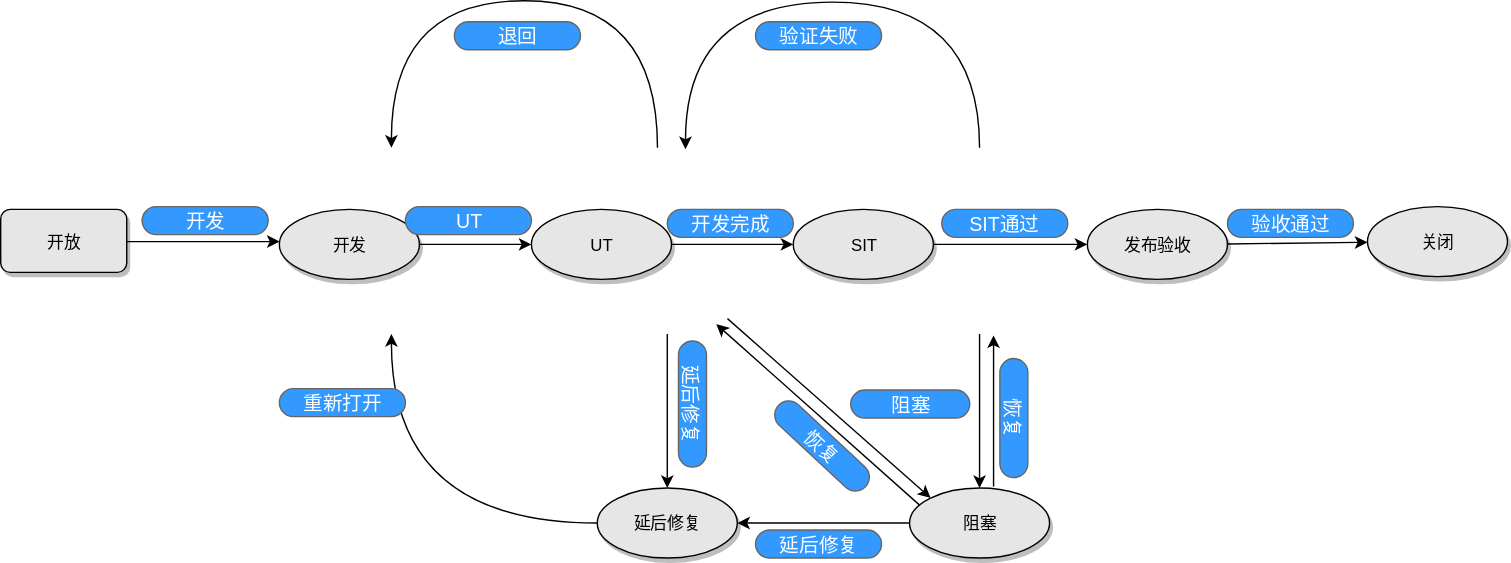
havenqi/Draw.io keeps this draw.io diagram as WorkFlow_IssueType_Improvment.svg. Above is the earlier version. Source tidied: cells renumbered, new cells last; positions are measured from the earlier drawing's top-left corner, leaving out a move shared by most shapes.
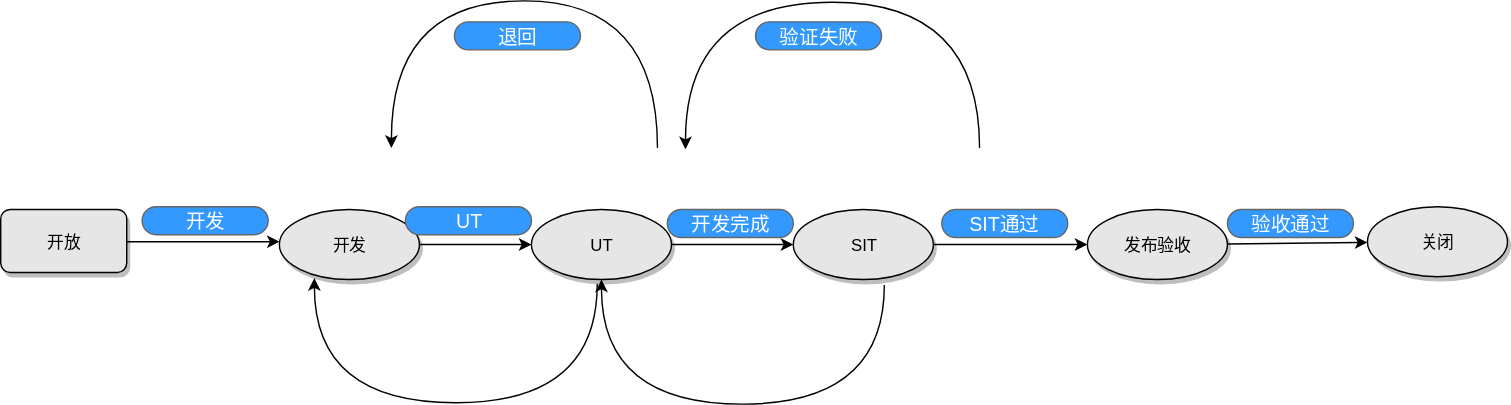
The same file after the commit.

Change to the diagram source:
```diff
@@ -2,11 +2,6 @@
   <root>
     <mxCell id="0" />
     <mxCell id="1" parent="0" />
-    <mxCell id="2" style="rounded=0;html=1;jettySize=auto;entryX=1;entryY=1;exitX=0.07;exitY=0.24;exitPerimeter=0;" parent="1" edge="1" source="17">
-      <mxGeometry relative="1" as="geometry">
-        <mxPoint x="511" y="231" as="targetPoint" />
-      </mxGeometry>
-    </mxCell>
     <mxCell id="3" style="edgeStyle=orthogonalEdgeStyle;curved=1;rounded=0;html=1;jettySize=auto;" parent="1" edge="1" source="34" target="8">
       <mxGeometry relative="1" as="geometry" />
     </mxCell>
@@ -26,53 +21,24 @@
     <mxCell id="6" style="edgeStyle=orthogonalEdgeStyle;curved=1;rounded=0;html=1;jettySize=auto;" parent="1" edge="1" source="8" target="13">
       <mxGeometry relative="1" as="geometry" />
     </mxCell>
-    <mxCell id="7" style="edgeStyle=none;rounded=0;html=1;jettySize=auto;" parent="1" edge="1" target="10">
-      <mxGeometry relative="1" as="geometry">
-        <mxPoint x="476" y="238" as="sourcePoint" />
-      </mxGeometry>
-    </mxCell>
     <mxCell id="8" value="SIT" style="ellipse;whiteSpace=wrap;html=1;fillColor=#E6E6E6;shadow=1;" parent="1" vertex="1">
       <mxGeometry x="566" y="149" width="100" height="50" as="geometry" />
     </mxCell>
-    <mxCell id="9" style="edgeStyle=orthogonalEdgeStyle;curved=1;rounded=0;html=1;jettySize=auto;entryX=0.5;entryY=1;" parent="1" edge="1" source="10">
+    <mxCell id="9" style="edgeStyle=orthogonalEdgeStyle;curved=1;rounded=0;html=1;jettySize=auto;entryX=0.25;entryY=0.98;entryPerimeter=0;" parent="1" edge="1" target="4">
       <mxGeometry relative="1" as="geometry">
-        <mxPoint x="279" y="238" as="targetPoint" />
+        <mxPoint x="426" y="202" as="sourcePoint" />
         <Array as="points">
-          <mxPoint x="279" y="373" />
+          <mxPoint x="426" y="287" />
+          <mxPoint x="224" y="287" />
         </Array>
       </mxGeometry>
     </mxCell>
-    <mxCell id="10" value="延后修复" style="ellipse;whiteSpace=wrap;html=1;fillColor=#E6E6E6;shadow=1;" parent="1" vertex="1">
-      <mxGeometry x="426" y="348" width="100" height="50" as="geometry" />
-    </mxCell>
     <mxCell id="11" style="edgeStyle=none;rounded=0;html=1;jettySize=auto;" parent="1" edge="1" source="13" target="18">
       <mxGeometry relative="1" as="geometry" />
     </mxCell>
-    <mxCell id="12" style="edgeStyle=orthogonalEdgeStyle;curved=1;rounded=0;html=1;jettySize=auto;" parent="1" edge="1" target="17">
-      <mxGeometry relative="1" as="geometry">
-        <mxPoint x="699" y="238" as="sourcePoint" />
-      </mxGeometry>
-    </mxCell>
     <mxCell id="13" value="发布验收" style="ellipse;whiteSpace=wrap;html=1;fillColor=#E6E6E6;shadow=1;" parent="1" vertex="1">
       <mxGeometry x="776" y="149" width="100" height="50" as="geometry" />
     </mxCell>
-    <mxCell id="14" style="edgeStyle=none;rounded=0;html=1;jettySize=auto;entryX=0;entryY=0;exitX=0.93;exitY=0.78;exitPerimeter=0;" parent="1" edge="1" target="17">
-      <mxGeometry relative="1" as="geometry">
-        <mxPoint x="519" y="227" as="sourcePoint" />
-      </mxGeometry>
-    </mxCell>
-    <mxCell id="15" style="edgeStyle=none;rounded=0;html=1;jettySize=auto;orthogonalLoop=1;entryX=0.6;entryY=1.02;entryPerimeter=0;" parent="1" edge="1">
-      <mxGeometry relative="1" as="geometry">
-        <mxPoint x="709" y="347" as="sourcePoint" />
-        <mxPoint x="709" y="239" as="targetPoint" />
-      </mxGeometry>
-    </mxCell>
-    <mxCell id="16" style="edgeStyle=none;rounded=0;html=1;jettySize=auto;" parent="1" edge="1" source="17" target="10">
-      <mxGeometry relative="1" as="geometry" />
-    </mxCell>
-    <mxCell id="17" value="阻塞" style="ellipse;whiteSpace=wrap;html=1;fillColor=#E6E6E6;shadow=1;" parent="1" vertex="1">
-      <mxGeometry x="649" y="348" width="100" height="50" as="geometry" />
-    </mxCell>
     <mxCell id="18" value="关闭" style="ellipse;whiteSpace=wrap;html=1;fillColor=#E6E6E6;shadow=1;" parent="1" vertex="1">
       <mxGeometry x="976" y="147" width="100" height="50" as="geometry" />
     </mxCell>
@@ -87,12 +53,6 @@
     <mxCell id="20" value="&lt;font face=&quot;Verdana&quot;&gt;开放&lt;/font&gt;" style="rounded=1;whiteSpace=wrap;html=1;fillColor=#E6E6E6;shadow=1;" parent="1" vertex="1">
       <mxGeometry y="149" width="90" height="45" as="geometry" />
     </mxCell>
-    <mxCell id="21" value="&lt;span style=&quot;font-weight: normal&quot;&gt;&lt;font style=&quot;font-size: 14px&quot;&gt;重新打开&lt;/font&gt;&lt;/span&gt;" style="strokeWidth=1;shadow=0;dashed=0;align=center;html=1;shape=mxgraph.mockup.buttons.button;strokeColor=#666666;fontColor=#ffffff;mainText=;buttonStyle=round;fontSize=17;fontStyle=1;fillColor=#3399FF;whiteSpace=wrap;" parent="1" vertex="1">
-      <mxGeometry x="199" y="277" width="90" height="20" as="geometry" />
-    </mxCell>
-    <mxCell id="22" value="&lt;span style=&quot;font-weight: normal&quot;&gt;&lt;font style=&quot;font-size: 14px&quot;&gt;延后修复&lt;/font&gt;&lt;/span&gt;" style="strokeWidth=1;shadow=0;dashed=0;align=center;html=1;shape=mxgraph.mockup.buttons.button;strokeColor=#666666;fontColor=#ffffff;mainText=;buttonStyle=round;fontSize=17;fontStyle=1;fillColor=#3399FF;whiteSpace=wrap;rotation=90;" parent="1" vertex="1">
-      <mxGeometry x="449" y="278" width="90" height="20" as="geometry" />
-    </mxCell>
     <mxCell id="23" value="&lt;span style=&quot;font-size: 14px ; font-weight: 400&quot;&gt;开发完成&lt;/span&gt;" style="strokeWidth=1;shadow=0;dashed=0;align=center;html=1;shape=mxgraph.mockup.buttons.button;strokeColor=#666666;fontColor=#ffffff;mainText=;buttonStyle=round;fontSize=17;fontStyle=1;fillColor=#3399FF;whiteSpace=wrap;" parent="1" vertex="1">
       <mxGeometry x="476" y="149" width="90" height="20" as="geometry" />
     </mxCell>
@@ -121,18 +81,6 @@
     <mxCell id="29" value="&lt;span style=&quot;font-weight: normal&quot;&gt;&lt;font style=&quot;font-size: 14px&quot;&gt;验证失败&lt;/font&gt;&lt;/span&gt;" style="strokeWidth=1;shadow=0;dashed=0;align=center;html=1;shape=mxgraph.mockup.buttons.button;strokeColor=#666666;fontColor=#ffffff;mainText=;buttonStyle=round;fontSize=17;fontStyle=1;fillColor=#3399FF;whiteSpace=wrap;" parent="1" vertex="1">
       <mxGeometry x="539" y="15" width="90" height="20" as="geometry" />
     </mxCell>
-    <mxCell id="30" value="&lt;span style=&quot;font-size: 14px ; font-weight: normal&quot;&gt;阻塞&lt;/span&gt;" style="strokeWidth=1;shadow=0;dashed=0;align=center;html=1;shape=mxgraph.mockup.buttons.button;strokeColor=#666666;fontColor=#ffffff;mainText=;buttonStyle=round;fontSize=17;fontStyle=1;fillColor=#3399FF;whiteSpace=wrap;" parent="1" vertex="1">
-      <mxGeometry x="607" y="278" width="85" height="20" as="geometry" />
-    </mxCell>
-    <mxCell id="31" value="&lt;span style=&quot;font-size: 14px ; font-weight: normal&quot;&gt;恢复&lt;/span&gt;" style="strokeWidth=1;shadow=0;dashed=0;align=center;html=1;shape=mxgraph.mockup.buttons.button;strokeColor=#666666;fontColor=#ffffff;mainText=;buttonStyle=round;fontSize=17;fontStyle=1;fillColor=#3399FF;whiteSpace=wrap;rotation=43;" parent="1" vertex="1">
-      <mxGeometry x="544" y="308" width="85" height="20" as="geometry" />
-    </mxCell>
-    <mxCell id="32" value="&lt;span style=&quot;font-size: 14px ; font-weight: normal&quot;&gt;恢复&lt;/span&gt;" style="strokeWidth=1;shadow=0;dashed=0;align=center;html=1;shape=mxgraph.mockup.buttons.button;strokeColor=#666666;fontColor=#ffffff;mainText=;buttonStyle=round;fontSize=17;fontStyle=1;fillColor=#3399FF;whiteSpace=wrap;rotation=90;" parent="1" vertex="1">
-      <mxGeometry x="681" y="288" width="85" height="20" as="geometry" />
-    </mxCell>
-    <mxCell id="33" value="&lt;span style=&quot;font-weight: normal&quot;&gt;&lt;font style=&quot;font-size: 14px&quot;&gt;延后修复&lt;/font&gt;&lt;/span&gt;" style="strokeWidth=1;shadow=0;dashed=0;align=center;html=1;shape=mxgraph.mockup.buttons.button;strokeColor=#666666;fontColor=#ffffff;mainText=;buttonStyle=round;fontSize=17;fontStyle=1;fillColor=#3399FF;whiteSpace=wrap;" parent="1" vertex="1">
-      <mxGeometry x="539" y="378" width="90" height="20" as="geometry" />
-    </mxCell>
     <mxCell id="34" value="UT" style="ellipse;whiteSpace=wrap;html=1;fillColor=#E6E6E6;shadow=1;" parent="1" vertex="1">
       <mxGeometry x="379" y="149" width="100" height="50" as="geometry" />
     </mxCell>
@@ -142,5 +90,15 @@
     <mxCell id="36" value="&lt;span style=&quot;font-size: 14px ; font-weight: 400&quot;&gt;UT&lt;/span&gt;" style="strokeWidth=1;shadow=0;dashed=0;align=center;html=1;shape=mxgraph.mockup.buttons.button;strokeColor=#666666;fontColor=#ffffff;mainText=;buttonStyle=round;fontSize=17;fontStyle=1;fillColor=#3399FF;whiteSpace=wrap;" parent="1" vertex="1">
       <mxGeometry x="289" y="147" width="90" height="20" as="geometry" />
     </mxCell>
+    <mxCell id="37" style="edgeStyle=orthogonalEdgeStyle;curved=1;rounded=0;html=1;jettySize=auto;orthogonalLoop=1;entryX=0.25;entryY=0.98;entryPerimeter=0;" parent="1" edge="1">
+      <mxGeometry relative="1" as="geometry">
+        <mxPoint x="631" y="203" as="sourcePoint" />
+        <mxPoint x="429" y="199" as="targetPoint" />
+        <Array as="points">
+          <mxPoint x="631" y="288" />
+          <mxPoint x="429" y="288" />
+        </Array>
+      </mxGeometry>
+    </mxCell>
   </root>
 </mxGraphModel>
```
